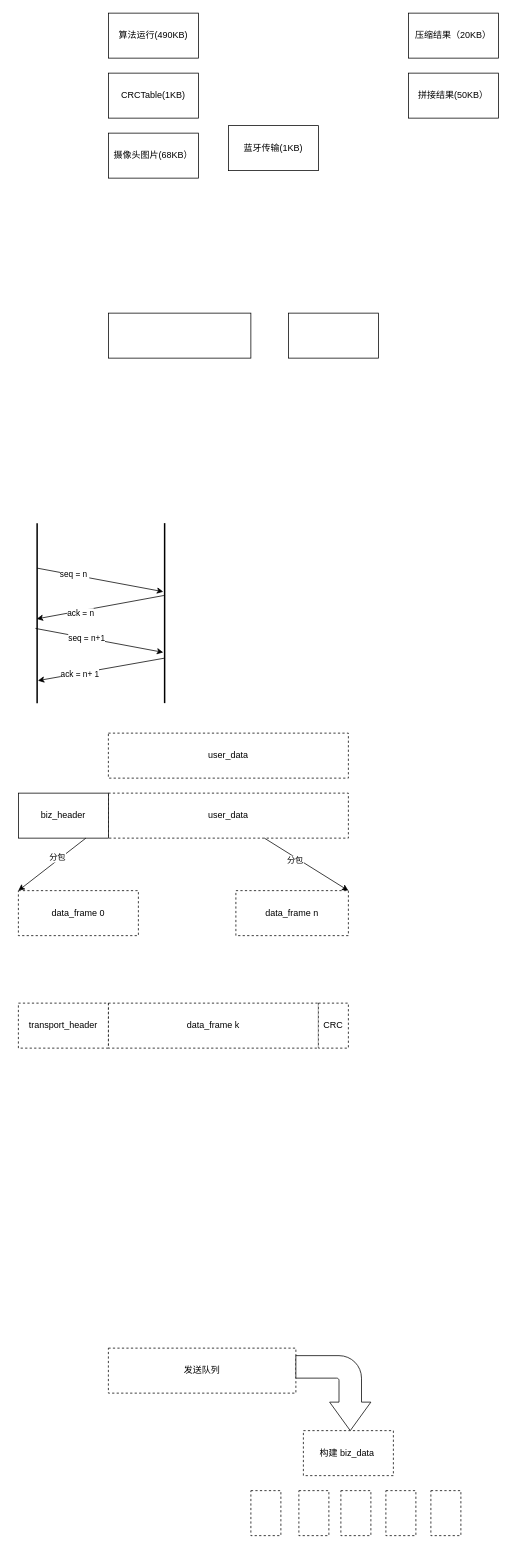
Above: page "Page-1" (1 of 8) of elink.drawio in chenxuzy/ThreadPool (draw.io), before the change. Source tidied: cells renumbered, new cells numbered last; positions are measured from the earlier drawing's top-left corner, leaving out a move shared by most shapes. Both pictures are drawn from the tidied source at 75%, with x=0, y=0 at pixel (18, 13).
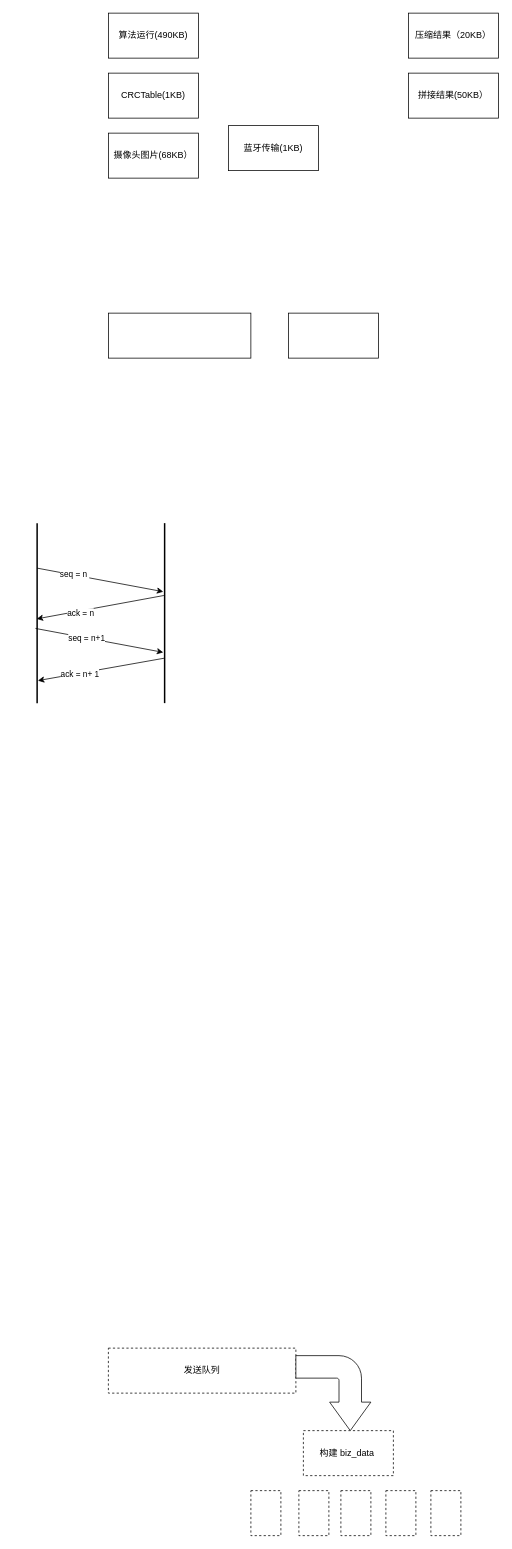
Above is the later version.

Diff of the diagram source:
```diff
@@
-    <mxCell id="20" value="user_data" style="rounded=0;whiteSpace=wrap;html=1;dashed=1;" parent="1" vertex="1">
-      <mxGeometry x="120" y="960" width="320" height="60" as="geometry" />
-    </mxCell>
-    <mxCell id="21" value="user_data" style="rounded=0;whiteSpace=wrap;html=1;dashed=1;" parent="1" vertex="1">
-      <mxGeometry x="120" y="1040" width="320" height="60" as="geometry" />
-    </mxCell>
-    <mxCell id="22" value="biz_header" style="rounded=0;whiteSpace=wrap;html=1;" parent="1" vertex="1">
-      <mxGeometry y="1040" width="120" height="60" as="geometry" />
-    </mxCell>
-    <mxCell id="23" value="data_frame 0" style="rounded=0;whiteSpace=wrap;html=1;dashed=1;" parent="1" vertex="1">
-      <mxGeometry y="1170" width="160" height="60" as="geometry" />
-    </mxCell>
-    <mxCell id="24" value="data_frame n" style="rounded=0;whiteSpace=wrap;html=1;dashed=1;" parent="1" vertex="1">
-      <mxGeometry x="290" y="1170" width="150" height="60" as="geometry" />
-    </mxCell>
-    <mxCell id="25" value="data_frame k" style="rounded=0;whiteSpace=wrap;html=1;dashed=1;" parent="1" vertex="1">
-      <mxGeometry x="120" y="1320" width="280" height="60" as="geometry" />
-    </mxCell>
-    <mxCell id="26" value="CRC" style="rounded=0;whiteSpace=wrap;html=1;dashed=1;" parent="1" vertex="1">
-      <mxGeometry x="400" y="1320" width="40" height="60" as="geometry" />
-    </mxCell>
-    <mxCell id="27" value="transport_header" style="rounded=0;whiteSpace=wrap;html=1;dashed=1;" parent="1" vertex="1">
-      <mxGeometry y="1320" width="120" height="60" as="geometry" />
-    </mxCell>
-    <mxCell id="28" style="endArrow=classic;html=1;rounded=0;entryX=0;entryY=0;entryDx=0;entryDy=0;exitX=0.75;exitY=1;exitDx=0;exitDy=0;" parent="1" edge="1" source="22" target="23">
-      <mxGeometry relative="1" as="geometry" />
-    </mxCell>
-    <mxCell id="29" value="分包" style="edgeLabel;html=1;align=center;verticalAlign=middle;" parent="28" vertex="1">
-      <mxGeometry x="-0.19" y="-4" relative="1" as="geometry" />
-    </mxCell>
-    <mxCell id="30" style="endArrow=classic;html=1;rounded=0;entryX=1;entryY=0;entryDx=0;entryDy=0;" parent="1" edge="1" source="21" target="24">
-      <mxGeometry relative="1" as="geometry" />
-    </mxCell>
-    <mxCell id="31" value="分包" style="edgeLabel;html=1;align=center;verticalAlign=middle;" parent="30" vertex="1">
-      <mxGeometry x="-0.24" y="-3" relative="1" as="geometry" />
-    </mxCell>
```
